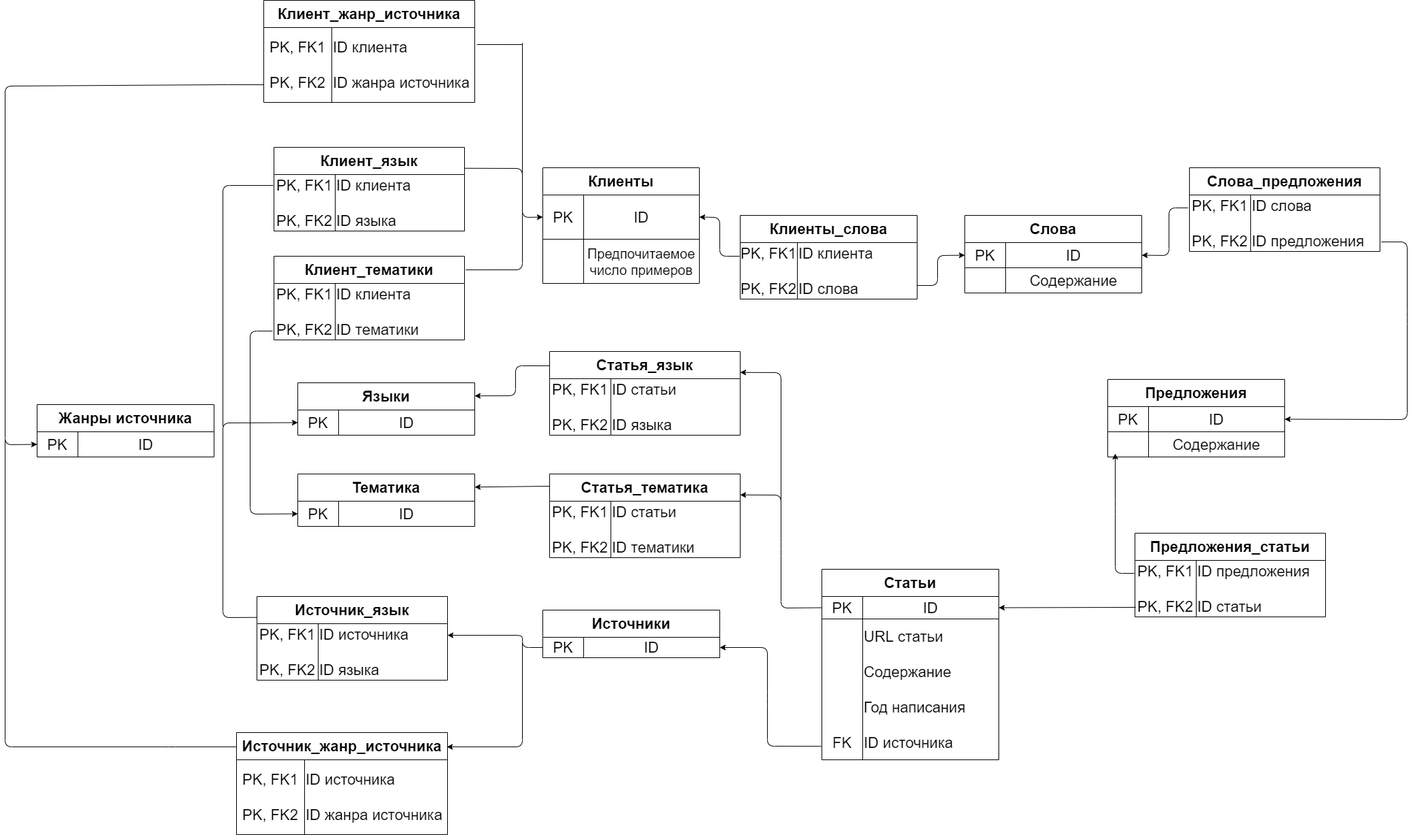
Earlier version of the draw.io export TRD_updated.png (AgeevAA/DB-project). Source tidied: cells renumbered, new cells last; positions are measured from the earlier drawing's top-left corner, leaving out a move shared by most shapes.
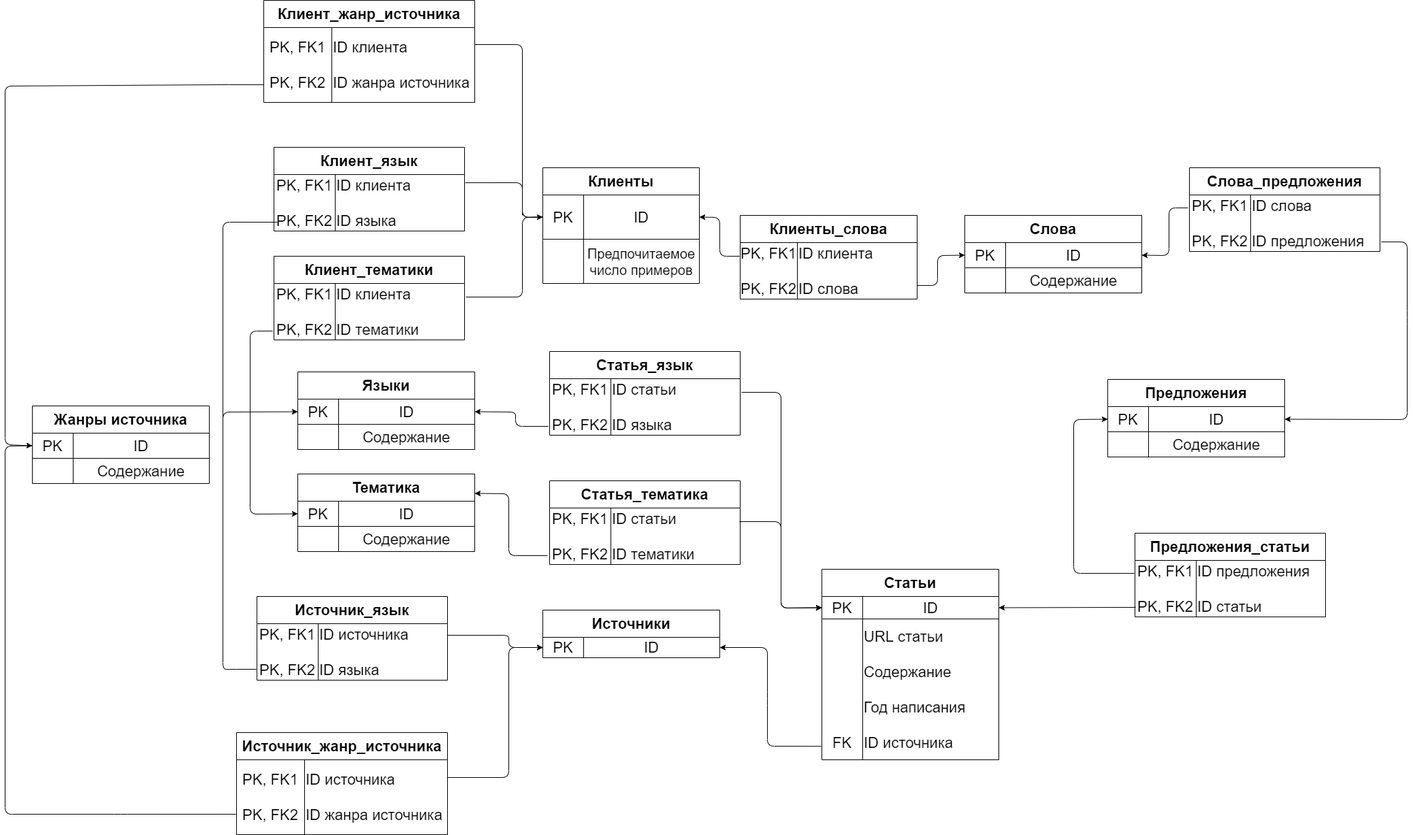
The same file after the commit.

Diff of the diagram source:
```diff
@@ -99,7 +99,7 @@
       <mxGeometry x="60" width="200" height="37" as="geometry" />
     </mxCell>
     <mxCell id="34" value="&lt;span style=&quot;font-size: 22px&quot;&gt;Жанры источника&lt;/span&gt;" style="shape=table;html=1;whiteSpace=wrap;startSize=40;fontStyle=1;align=center;" parent="1" vertex="1">
-      <mxGeometry x="47" y="594" width="260" height="77" as="geometry" />
+      <mxGeometry x="40" y="596" width="260" height="114" as="geometry" />
     </mxCell>
     <mxCell id="35" style="shape=partialRectangle;html=1;whiteSpace=wrap;fillColor=none;top=0;left=0;bottom=0;right=0;points=[[0,0.5],[1,0.5]];portConstraint=eastwest;" parent="34" vertex="1">
       <mxGeometry y="40" width="260" height="37" as="geometry" />
@@ -110,8 +110,17 @@
     <mxCell id="37" value="&lt;font style=&quot;font-size: 22px&quot;&gt;ID&lt;/font&gt;" style="shape=partialRectangle;html=1;whiteSpace=wrap;fillColor=none;top=0;left=0;bottom=0;right=0;overflow=hidden;" parent="35" vertex="1">
       <mxGeometry x="60" width="200" height="37" as="geometry" />
     </mxCell>
+    <mxCell id="108" style="shape=partialRectangle;html=1;whiteSpace=wrap;fillColor=none;top=0;left=0;bottom=0;right=0;" parent="34" vertex="1">
+      <mxGeometry y="77" width="260" height="37" as="geometry" />
+    </mxCell>
+    <mxCell id="109" style="shape=partialRectangle;html=1;whiteSpace=wrap;fillColor=none;top=0;left=0;bottom=0;right=0;overflow=hidden;" parent="108" vertex="1">
+      <mxGeometry width="60" height="37" as="geometry" />
+    </mxCell>
+    <mxCell id="110" value="&lt;font style=&quot;font-size: 22px&quot;&gt;Содержание&lt;/font&gt;" style="shape=partialRectangle;html=1;whiteSpace=wrap;fillColor=none;top=0;left=0;bottom=0;right=0;overflow=hidden;" parent="108" vertex="1">
+      <mxGeometry x="60" width="200" height="37" as="geometry" />
+    </mxCell>
     <mxCell id="38" value="&lt;span style=&quot;font-size: 22px&quot;&gt;Языки&lt;/span&gt;" style="shape=table;html=1;whiteSpace=wrap;startSize=40;fontStyle=1;align=center;" parent="1" vertex="1">
-      <mxGeometry x="430" y="562" width="260" height="77" as="geometry" />
+      <mxGeometry x="430" y="546" width="260" height="114" as="geometry" />
     </mxCell>
     <mxCell id="39" style="shape=partialRectangle;html=1;whiteSpace=wrap;fillColor=none;top=0;left=0;bottom=0;right=0;points=[[0,0.5],[1,0.5]];portConstraint=eastwest;" parent="38" vertex="1">
       <mxGeometry y="40" width="260" height="37" as="geometry" />
@@ -122,8 +131,17 @@
     <mxCell id="41" value="&lt;font style=&quot;font-size: 22px&quot;&gt;ID&lt;/font&gt;" style="shape=partialRectangle;html=1;whiteSpace=wrap;fillColor=none;top=0;left=0;bottom=0;right=0;overflow=hidden;" parent="39" vertex="1">
       <mxGeometry x="60" width="200" height="37" as="geometry" />
     </mxCell>
+    <mxCell id="111" style="shape=partialRectangle;html=1;whiteSpace=wrap;fillColor=none;top=0;left=0;bottom=0;right=0;" parent="38" vertex="1">
+      <mxGeometry y="77" width="260" height="37" as="geometry" />
+    </mxCell>
+    <mxCell id="112" style="shape=partialRectangle;html=1;whiteSpace=wrap;fillColor=none;top=0;left=0;bottom=0;right=0;overflow=hidden;" parent="111" vertex="1">
+      <mxGeometry width="60" height="37" as="geometry" />
+    </mxCell>
+    <mxCell id="113" value="&lt;font style=&quot;font-size: 22px&quot;&gt;Содержание&lt;/font&gt;" style="shape=partialRectangle;html=1;whiteSpace=wrap;fillColor=none;top=0;left=0;bottom=0;right=0;overflow=hidden;" parent="111" vertex="1">
+      <mxGeometry x="60" width="200" height="37" as="geometry" />
+    </mxCell>
     <mxCell id="42" value="&lt;span style=&quot;font-size: 22px&quot;&gt;Тематика&lt;/span&gt;" style="shape=table;html=1;whiteSpace=wrap;startSize=40;fontStyle=1;align=center;" parent="1" vertex="1">
-      <mxGeometry x="430" y="696" width="260" height="77" as="geometry" />
+      <mxGeometry x="430" y="696" width="260" height="114" as="geometry" />
     </mxCell>
     <mxCell id="43" style="shape=partialRectangle;html=1;whiteSpace=wrap;fillColor=none;top=0;left=0;bottom=0;right=0;points=[[0,0.5],[1,0.5]];portConstraint=eastwest;" parent="42" vertex="1">
       <mxGeometry y="40" width="260" height="37" as="geometry" />
@@ -134,6 +152,15 @@
     <mxCell id="45" value="&lt;font style=&quot;font-size: 22px&quot;&gt;ID&lt;/font&gt;" style="shape=partialRectangle;html=1;whiteSpace=wrap;fillColor=none;top=0;left=0;bottom=0;right=0;overflow=hidden;" parent="43" vertex="1">
       <mxGeometry x="60" width="200" height="37" as="geometry" />
     </mxCell>
+    <mxCell id="114" style="shape=partialRectangle;html=1;whiteSpace=wrap;fillColor=none;top=0;left=0;bottom=0;right=0;" parent="42" vertex="1">
+      <mxGeometry y="77" width="260" height="37" as="geometry" />
+    </mxCell>
+    <mxCell id="115" style="shape=partialRectangle;html=1;whiteSpace=wrap;fillColor=none;top=0;left=0;bottom=0;right=0;overflow=hidden;" parent="114" vertex="1">
+      <mxGeometry width="60" height="37" as="geometry" />
+    </mxCell>
+    <mxCell id="116" value="&lt;font style=&quot;font-size: 22px&quot;&gt;Содержание&lt;/font&gt;" style="shape=partialRectangle;html=1;whiteSpace=wrap;fillColor=none;top=0;left=0;bottom=0;right=0;overflow=hidden;" parent="114" vertex="1">
+      <mxGeometry x="60" width="200" height="37" as="geometry" />
+    </mxCell>
     <mxCell id="46" value="&lt;span style=&quot;font-size: 22px&quot;&gt;Слова_предложения&lt;/span&gt;" style="shape=table;html=1;whiteSpace=wrap;startSize=40;fontStyle=1;align=center;" parent="1" vertex="1">
       <mxGeometry x="1740" y="246" width="280" height="123" as="geometry" />
     </mxCell>
@@ -211,12 +238,11 @@
         </Array>
       </mxGeometry>
     </mxCell>
-    <mxCell id="68" style="endArrow=classic;html=1;exitX=-0.004;exitY=0.229;exitDx=0;exitDy=0;exitPerimeter=0;endFill=1;" parent="1" edge="1" source="51">
+    <mxCell id="68" style="endArrow=classic;html=1;exitX=-0.004;exitY=0.229;exitDx=0;exitDy=0;exitPerimeter=0;endFill=1;entryX=0;entryY=0.5;entryDx=0;entryDy=0;" parent="1" edge="1" source="51" target="28">
       <mxGeometry relative="1" as="geometry">
-        <mxPoint x="1631" y="666" as="targetPoint" />
         <Array as="points">
-          <mxPoint x="1631" y="842" />
-          <mxPoint x="1631" y="745" />
+          <mxPoint x="1570" y="842" />
+          <mxPoint x="1570" y="616" />
         </Array>
       </mxGeometry>
     </mxCell>
@@ -234,17 +260,19 @@
     </mxCell>
     <mxCell id="71" style="endArrow=none;html=1;exitX=0;exitY=0.5;exitDx=0;exitDy=0;startArrow=classic;startFill=1;" parent="1" edge="1" source="3">
       <mxGeometry relative="1" as="geometry">
-        <mxPoint x="760" y="66" as="targetPoint" />
+        <mxPoint x="760" y="276" as="targetPoint" />
         <Array as="points">
           <mxPoint x="760" y="319" />
-          <mxPoint x="760" y="58" />
-          <mxPoint x="760" y="76" />
         </Array>
       </mxGeometry>
     </mxCell>
-    <mxCell id="72" style="endArrow=none;html=1;exitX=1.01;exitY=0.227;exitDx=0;exitDy=0;exitPerimeter=0;" parent="1" edge="1" source="63">
+    <mxCell id="72" style="endArrow=none;html=1;entryX=0;entryY=0.5;entryDx=0;entryDy=0;" parent="1" edge="1" target="3">
       <mxGeometry relative="1" as="geometry">
-        <mxPoint x="760" y="65" as="targetPoint" />
+        <mxPoint x="690" y="65" as="sourcePoint" />
+        <Array as="points">
+          <mxPoint x="760" y="65" />
+          <mxPoint x="760" y="319" />
+        </Array>
       </mxGeometry>
     </mxCell>
     <mxCell id="73" style="endArrow=classic;html=1;exitX=0;exitY=0.764;exitDx=0;exitDy=0;exitPerimeter=0;entryX=0;entryY=0.5;entryDx=0;entryDy=0;endFill=1;" parent="1" edge="1" source="63" target="35">
@@ -256,19 +284,19 @@
         </Array>
       </mxGeometry>
     </mxCell>
-    <mxCell id="74" style="endArrow=none;html=1;entryX=-0.004;entryY=0.193;entryDx=0;entryDy=0;entryPerimeter=0;" parent="1" edge="1" target="55">
+    <mxCell id="74" style="endArrow=none;html=1;entryX=0.018;entryY=0.843;entryDx=0;entryDy=0;entryPerimeter=0;" parent="1" edge="1" target="55">
       <mxGeometry relative="1" as="geometry">
         <mxPoint x="320" y="626" as="sourcePoint" />
         <Array as="points">
-          <mxPoint x="320" y="272" />
+          <mxPoint x="320" y="326" />
         </Array>
       </mxGeometry>
     </mxCell>
-    <mxCell id="75" style="endArrow=none;html=1;startArrow=none;startFill=0;entryX=1;entryY=0.25;entryDx=0;entryDy=0;" parent="1" edge="1" target="54">
+    <mxCell id="75" style="endArrow=none;html=1;startArrow=none;startFill=0;entryX=1.004;entryY=0.145;entryDx=0;entryDy=0;entryPerimeter=0;" parent="1" edge="1" target="55">
       <mxGeometry relative="1" as="geometry">
         <mxPoint x="760" y="316" as="sourcePoint" />
         <Array as="points">
-          <mxPoint x="760" y="247" />
+          <mxPoint x="760" y="268" />
         </Array>
       </mxGeometry>
     </mxCell>
@@ -314,19 +342,21 @@
     <mxCell id="85" value="&lt;span style=&quot;font-size: 22px&quot;&gt;ID источника&lt;br&gt;&lt;br&gt;ID языка&lt;br&gt;&lt;/span&gt;" style="shape=partialRectangle;html=1;whiteSpace=wrap;fillColor=none;top=0;left=0;bottom=0;right=0;overflow=hidden;align=left;" parent="83" vertex="1">
       <mxGeometry x="90" width="190" height="83" as="geometry" />
     </mxCell>
-    <mxCell id="86" style="endArrow=classic;html=1;endFill=1;exitX=0;exitY=0.5;exitDx=0;exitDy=0;entryX=1;entryY=0.205;entryDx=0;entryDy=0;entryPerimeter=0;" parent="1" edge="1" source="17" target="83">
+    <mxCell id="86" style="endArrow=none;html=1;endFill=0;exitX=0;exitY=0.5;exitDx=0;exitDy=0;entryX=1;entryY=0.205;entryDx=0;entryDy=0;entryPerimeter=0;startArrow=classic;startFill=1;" parent="1" edge="1" source="17" target="83">
       <mxGeometry relative="1" as="geometry">
         <Array as="points">
-          <mxPoint x="760" y="951" />
-          <mxPoint x="760" y="933" />
+          <mxPoint x="740" y="951" />
+          <mxPoint x="740" y="933" />
         </Array>
       </mxGeometry>
     </mxCell>
-    <mxCell id="87" style="endArrow=none;html=1;entryX=0;entryY=0.25;entryDx=0;entryDy=0;startArrow=classic;startFill=1;exitX=0;exitY=0.5;exitDx=0;exitDy=0;" parent="1" edge="1" source="39" target="82">
+    <mxCell id="87" style="endArrow=none;html=1;startArrow=classic;startFill=1;exitX=0;exitY=0.5;exitDx=0;exitDy=0;" parent="1" edge="1" source="39">
       <mxGeometry relative="1" as="geometry">
+        <mxPoint x="369" y="983" as="targetPoint" />
         <Array as="points">
-          <mxPoint x="320" y="621" />
-          <mxPoint x="320" y="907" />
+          <mxPoint x="320" y="605" />
+          <mxPoint x="320" y="983" />
+          <mxPoint x="330" y="983" />
         </Array>
       </mxGeometry>
     </mxCell>
@@ -343,7 +373,7 @@
       <mxGeometry x="90" width="190" height="83" as="geometry" />
     </mxCell>
     <mxCell id="92" value="&lt;span style=&quot;font-size: 22px&quot;&gt;Статья_тематика&lt;/span&gt;" style="shape=table;html=1;whiteSpace=wrap;startSize=40;fontStyle=1;align=center;" parent="1" vertex="1">
-      <mxGeometry x="800" y="696" width="280" height="123" as="geometry" />
+      <mxGeometry x="800" y="706" width="280" height="123" as="geometry" />
     </mxCell>
     <mxCell id="93" style="shape=partialRectangle;html=1;whiteSpace=wrap;fillColor=none;top=0;left=0;bottom=0;right=0;points=[[0,0.5],[1,0.5]];portConstraint=eastwest;" parent="92" vertex="1">
       <mxGeometry y="40" width="280" height="83" as="geometry" />
@@ -354,33 +384,41 @@
     <mxCell id="95" value="&lt;span style=&quot;font-size: 22px&quot;&gt;ID статьи&lt;br&gt;&lt;br&gt;ID тематики&lt;br&gt;&lt;/span&gt;" style="shape=partialRectangle;html=1;whiteSpace=wrap;fillColor=none;top=0;left=0;bottom=0;right=0;overflow=hidden;align=left;" parent="93" vertex="1">
       <mxGeometry x="90" width="190" height="83" as="geometry" />
     </mxCell>
-    <mxCell id="96" style="endArrow=classic;html=1;exitX=0;exitY=0.5;exitDx=0;exitDy=0;endFill=1;entryX=1;entryY=0.25;entryDx=0;entryDy=0;" parent="1" edge="1" source="21" target="92">
+    <mxCell id="96" style="endArrow=none;html=1;exitX=0;exitY=0.5;exitDx=0;exitDy=0;endFill=0;entryX=0.996;entryY=0.241;entryDx=0;entryDy=0;startArrow=classic;startFill=1;entryPerimeter=0;" parent="1" edge="1" source="21" target="93">
       <mxGeometry relative="1" as="geometry">
         <Array as="points">
           <mxPoint x="1140" y="893" />
           <mxPoint x="1140" y="806" />
-          <mxPoint x="1140" y="727" />
+          <mxPoint x="1140" y="766" />
         </Array>
       </mxGeometry>
     </mxCell>
-    <mxCell id="97" style="endArrow=classic;html=1;endFill=1;entryX=1;entryY=0.25;entryDx=0;entryDy=0;" parent="1" edge="1" target="88">
+    <mxCell id="97" style="endArrow=none;html=1;endFill=0;startArrow=classic;startFill=1;exitX=0;exitY=0.5;exitDx=0;exitDy=0;" parent="1" edge="1" source="21">
       <mxGeometry relative="1" as="geometry">
-        <mxPoint x="1140" y="736" as="sourcePoint" />
+        <mxPoint x="1082" y="576" as="targetPoint" />
         <Array as="points">
-          <mxPoint x="1140" y="547" />
+          <mxPoint x="1140" y="893" />
+          <mxPoint x="1140" y="576" />
         </Array>
       </mxGeometry>
     </mxCell>
-    <mxCell id="98" style="endArrow=classic;html=1;startArrow=none;startFill=0;endFill=1;entryX=1;entryY=0.25;entryDx=0;entryDy=0;exitX=0;exitY=0.171;exitDx=0;exitDy=0;exitPerimeter=0;" parent="1" edge="1" source="88" target="38">
+    <mxCell id="98" style="endArrow=classic;html=1;startArrow=none;startFill=0;endFill=1;entryX=1;entryY=0.5;entryDx=0;entryDy=0;" parent="1" edge="1" target="39">
       <mxGeometry relative="1" as="geometry">
+        <mxPoint x="798" y="626" as="sourcePoint" />
         <Array as="points">
-          <mxPoint x="750" y="537" />
-          <mxPoint x="750" y="581" />
+          <mxPoint x="750" y="626" />
+          <mxPoint x="750" y="605" />
         </Array>
       </mxGeometry>
     </mxCell>
-    <mxCell id="99" style="endArrow=classic;html=1;startArrow=none;startFill=0;endFill=1;entryX=1;entryY=0.25;entryDx=0;entryDy=0;exitX=0;exitY=0.146;exitDx=0;exitDy=0;exitPerimeter=0;" parent="1" edge="1" source="92" target="42">
-      <mxGeometry relative="1" as="geometry" />
+    <mxCell id="99" style="endArrow=classic;html=1;startArrow=none;startFill=0;endFill=1;entryX=1;entryY=0.25;entryDx=0;entryDy=0;" parent="1" edge="1" target="42">
+      <mxGeometry relative="1" as="geometry">
+        <mxPoint x="797" y="816" as="sourcePoint" />
+        <Array as="points">
+          <mxPoint x="740" y="816" />
+          <mxPoint x="740" y="725" />
+        </Array>
+      </mxGeometry>
     </mxCell>
     <mxCell id="100" value="&lt;span style=&quot;font-size: 22px&quot;&gt;Источник_жанр_источника&lt;/span&gt;" style="shape=table;html=1;whiteSpace=wrap;startSize=40;fontStyle=1;align=center;" parent="1" vertex="1">
       <mxGeometry x="340" y="1076" width="310" height="150" as="geometry" />
@@ -394,20 +432,21 @@
     <mxCell id="103" value="&lt;span style=&quot;font-size: 22px&quot;&gt;ID источника&lt;br&gt;&lt;br&gt;ID жанра источника&lt;br&gt;&lt;/span&gt;" style="shape=partialRectangle;html=1;whiteSpace=wrap;fillColor=none;top=0;left=0;bottom=0;right=0;overflow=hidden;align=left;" parent="101" vertex="1">
       <mxGeometry x="100" width="210" height="110" as="geometry" />
     </mxCell>
-    <mxCell id="104" style="endArrow=classic;html=1;endFill=1;entryX=0.997;entryY=0.14;entryDx=0;entryDy=0;entryPerimeter=0;" parent="1" edge="1" target="100">
+    <mxCell id="104" style="endArrow=none;html=1;endFill=0;exitX=0;exitY=0.5;exitDx=0;exitDy=0;startArrow=classic;startFill=1;" parent="1" edge="1" source="17">
       <mxGeometry relative="1" as="geometry">
-        <mxPoint x="760" y="943" as="sourcePoint" />
+        <mxPoint x="650" y="1142" as="targetPoint" />
         <Array as="points">
-          <mxPoint x="760" y="1097" />
+          <mxPoint x="740" y="951" />
+          <mxPoint x="740" y="1142" />
         </Array>
       </mxGeometry>
     </mxCell>
-    <mxCell id="105" style="endArrow=none;html=1;endFill=0;exitX=0;exitY=0.14;exitDx=0;exitDy=0;exitPerimeter=0;" parent="1" edge="1" source="100">
+    <mxCell id="105" style="endArrow=none;html=1;endFill=0;exitX=-0.003;exitY=0.727;exitDx=0;exitDy=0;exitPerimeter=0;entryX=0;entryY=0.5;entryDx=0;entryDy=0;" parent="1" edge="1" source="101" target="35">
       <mxGeometry relative="1" as="geometry">
-        <mxPoint y="646" as="targetPoint" />
         <Array as="points">
-          <mxPoint x="240" y="1097" />
-          <mxPoint y="1097" />
+          <mxPoint x="170" y="1196" />
+          <mxPoint y="1196" />
+          <mxPoint y="655" />
         </Array>
       </mxGeometry>
     </mxCell>
@@ -419,11 +458,12 @@
         </Array>
       </mxGeometry>
     </mxCell>
-    <mxCell id="107" style="endArrow=none;html=1;exitX=1.007;exitY=0.163;exitDx=0;exitDy=0;exitPerimeter=0;" parent="1" edge="1" source="58">
+    <mxCell id="107" style="endArrow=none;html=1;entryX=0;entryY=0.5;entryDx=0;entryDy=0;" parent="1" edge="1" target="3">
       <mxGeometry relative="1" as="geometry">
-        <mxPoint x="760" y="316" as="targetPoint" />
+        <mxPoint x="677" y="436" as="sourcePoint" />
         <Array as="points">
-          <mxPoint x="760" y="396" />
+          <mxPoint x="760" y="436" />
+          <mxPoint x="760" y="319" />
         </Array>
       </mxGeometry>
     </mxCell>
```
